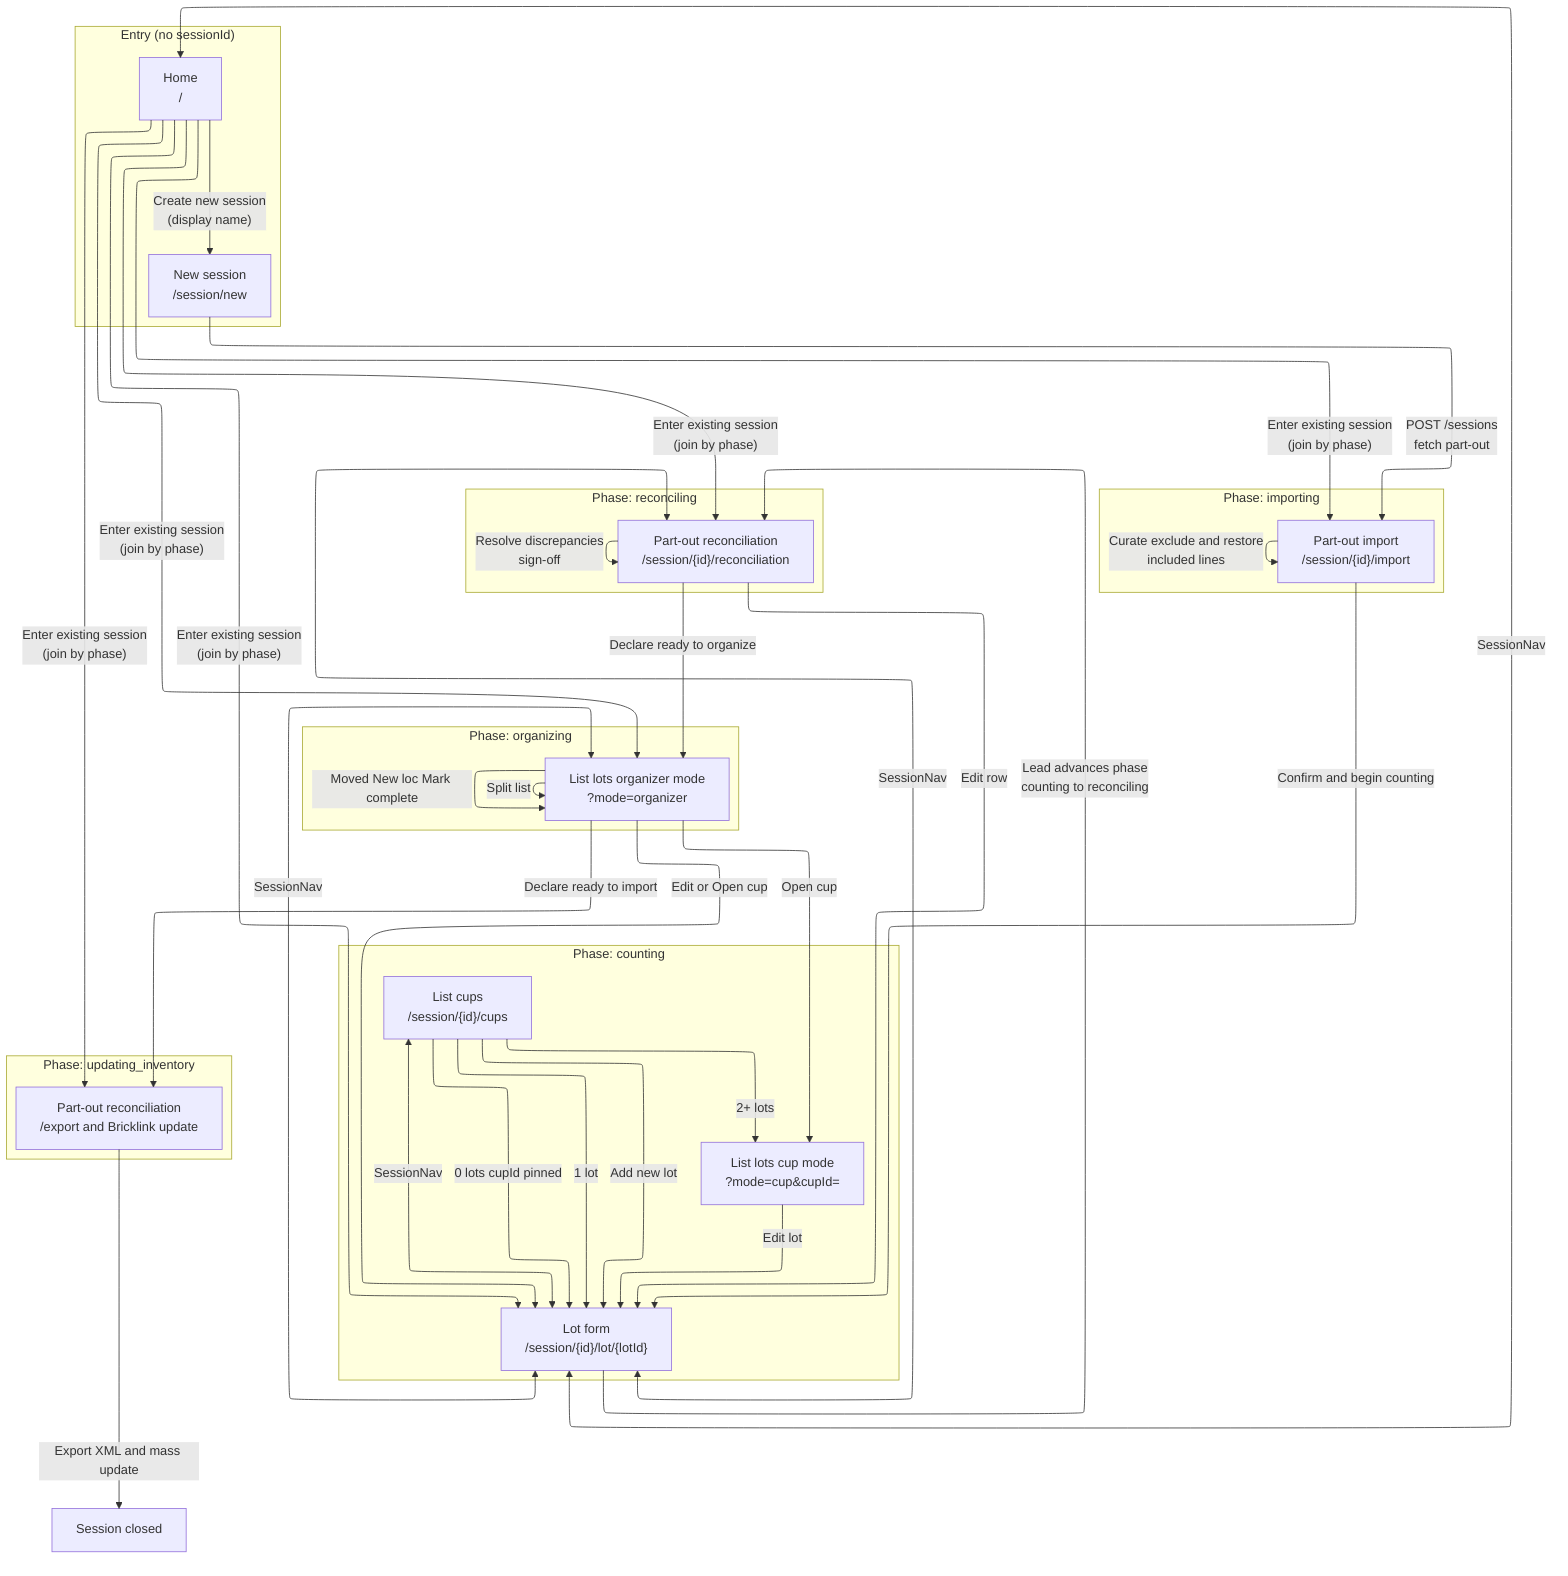
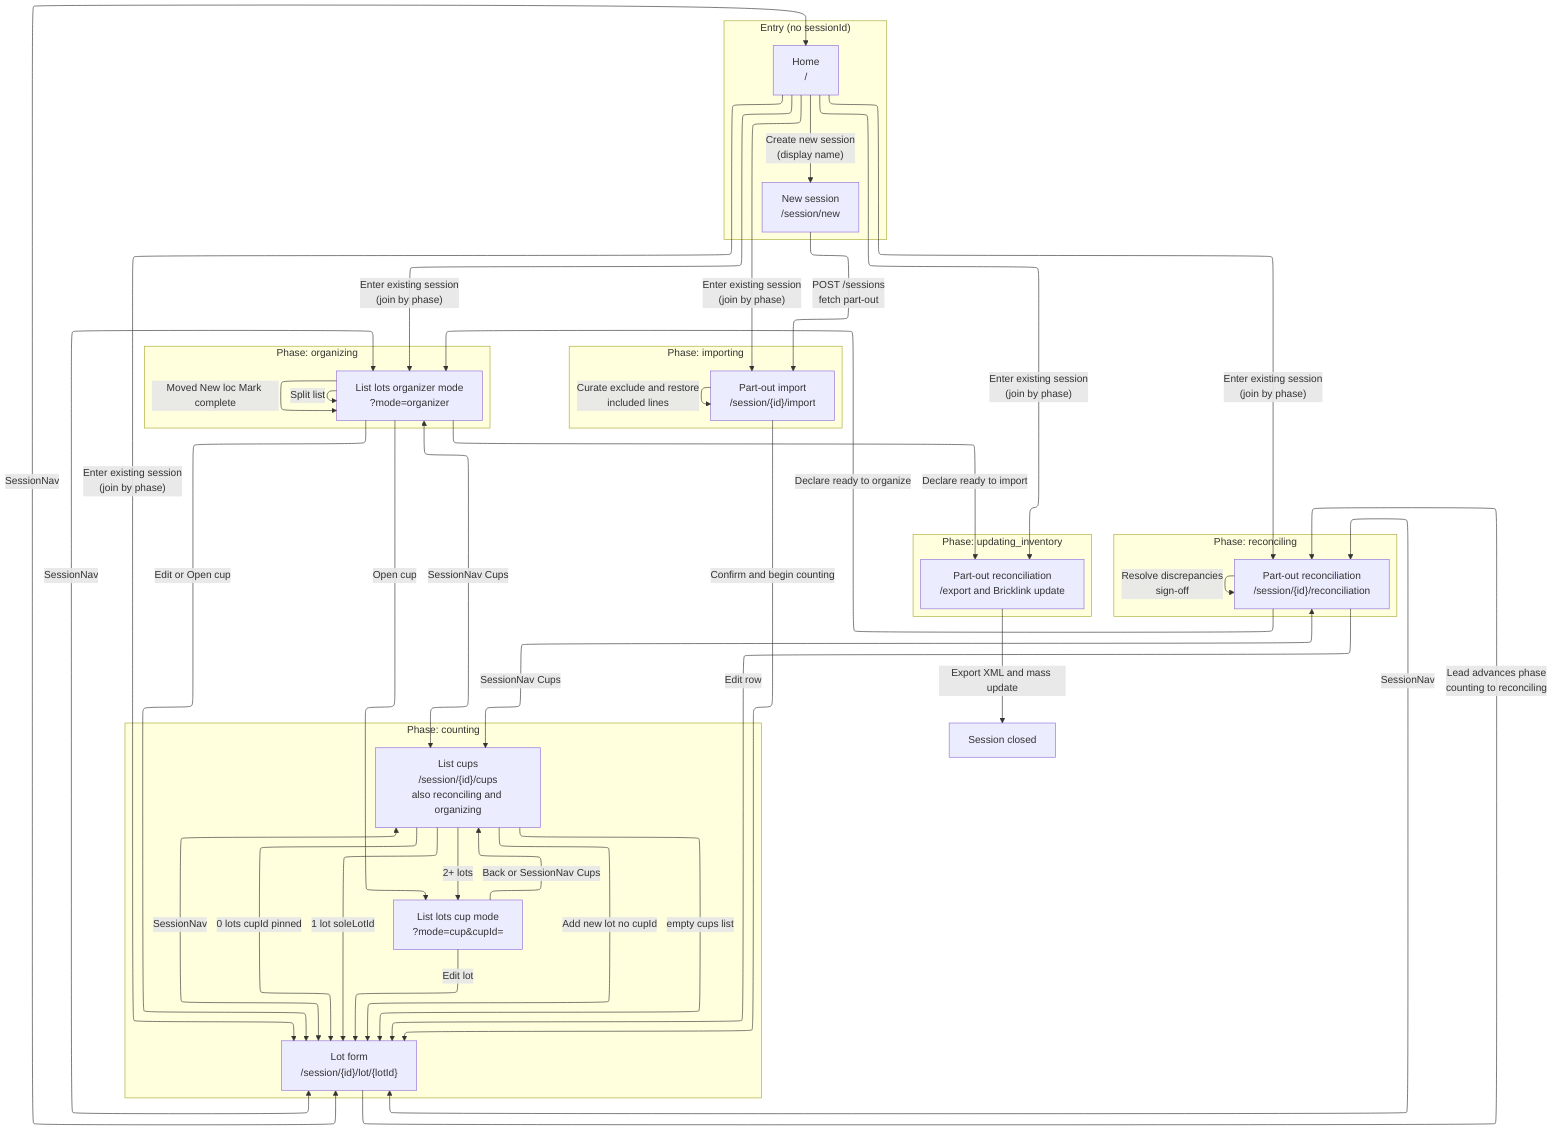
---
config:
  layout: elk
---
%% End-to-end part-out coordinator workflow (storyboard order)
%% Sources: docs/view-specs/README.md, storyboard.md, all seven view specs

flowchart TB
    subgraph entry["Entry (no sessionId)"]
        HOME["Home<br>/"]
        NEW["New session<br>/session/new"]
    end

    subgraph import_phase["Phase: importing"]
        IMPORT["Part-out import<br>/session/{id}/import"]
    end

    subgraph counting_phase["Phase: counting"]
        LOT["Lot form<br>/session/{id}/lot/{lotId}"]
-         CUPS["List cups<br>/session/{id}/cups"]
+         CUPS["List cups<br>/session/{id}/cups<br>also reconciling and organizing"]
        LOTS_CUP["List lots cup mode<br>?mode=cup&cupId="]
    end

    subgraph reconciling_phase["Phase: reconciling"]
        RECON["Part-out reconciliation<br>/session/{id}/reconciliation"]
    end

    subgraph organizing_phase["Phase: organizing"]
        LOTS_ORG["List lots organizer mode<br>?mode=organizer"]
    end

    subgraph updating_inventory_phase["Phase: updating_inventory"]
        STORE_UPDATE["Part-out reconciliation<br>/export and Bricklink update"]
    end

    CLOSED["Session closed"]

    HOME -->|"Create new session<br>(display name)"| NEW
    HOME -->|"Enter existing session<br>(join by phase)"| IMPORT
    HOME -->|"Enter existing session<br>(join by phase)"| LOT
    HOME -->|"Enter existing session<br>(join by phase)"| RECON
    HOME -->|"Enter existing session<br>(join by phase)"| LOTS_ORG
    HOME -->|"Enter existing session<br>(join by phase)"| STORE_UPDATE

    NEW -->|"POST /sessions<br>fetch part-out"| IMPORT

    IMPORT -->|"Curate exclude and restore<br>included lines"| IMPORT
    IMPORT -->|"Confirm and begin counting"| LOT

    LOT <-->|"SessionNav"| CUPS
    LOT <-->|"SessionNav"| LOTS_ORG
    LOT <-->|"SessionNav"| RECON
    LOT <-->|"SessionNav"| HOME

+     RECON <-->|"SessionNav Cups"| CUPS
+     LOTS_ORG <-->|"SessionNav Cups"| CUPS
+ 
    CUPS -->|"0 lots cupId pinned"| LOT
-     CUPS -->|"1 lot"| LOT
+     CUPS -->|"1 lot soleLotId"| LOT
    CUPS -->|"2+ lots"| LOTS_CUP
-     CUPS -->|"Add new lot"| LOT
+     CUPS -->|"Add new lot no cupId"| LOT
+     CUPS -->|"empty cups list"| LOT
+ 
    LOTS_CUP -->|"Edit lot"| LOT
+     LOTS_CUP -->|"Back or SessionNav Cups"| CUPS

    LOT -->|"Lead advances phase<br>counting to reconciling"| RECON
    RECON -->|"Edit row"| LOT
    RECON -->|"Resolve discrepancies<br>sign-off"| RECON
    RECON -->|"Declare ready to organize"| LOTS_ORG

    LOTS_ORG -->|"Split list"| LOTS_ORG
    LOTS_ORG -->|"Moved New loc Mark complete"| LOTS_ORG
    LOTS_ORG -->|"Edit or Open cup"| LOT
    LOTS_ORG -->|"Open cup"| LOTS_CUP
    LOTS_ORG -->|"Declare ready to import"| STORE_UPDATE

    STORE_UPDATE -->|"Export XML and mass update"| CLOSED
